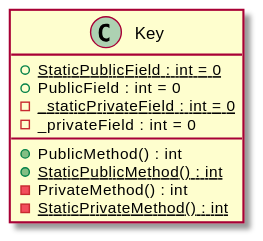
This is uml/Keys/Key.svg from claremacrae/RefactoringSamples, a PlantUML export, as it was before one commit.
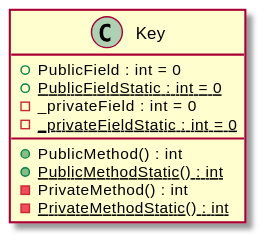
After the commit.

What changed in the source:
```diff
@@ -1,12 +1,12 @@
 @startuml
 class Key {
-    + {static} StaticPublicField : int = 0
     + PublicField : int = 0
-    - {static} _staticPrivateField : int = 0
+    + {static} PublicFieldStatic : int = 0
     - _privateField : int = 0
+    - {static} _privateFieldStatic : int = 0
     + PublicMethod() : int
-    + {static} StaticPublicMethod() : int
+    + {static} PublicMethodStatic() : int
     - PrivateMethod() : int
-    - {static} StaticPrivateMethod() : int
+    - {static} PrivateMethodStatic() : int
 }
 @enduml
```
